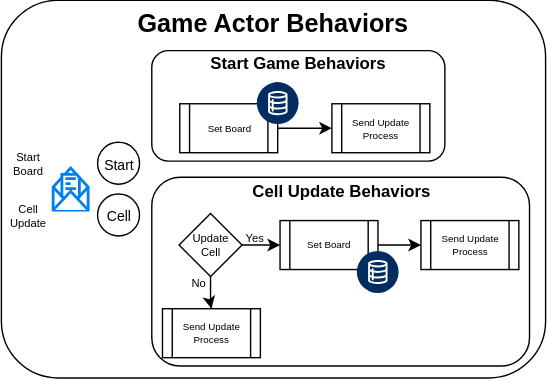
Before: docs/GameActor.svg, a diagram exported from draw.io (sunlao/py_sudoku_solver). Source tidied: cells renumbered, new cells last; positions are measured from the earlier drawing's top-left corner, leaving out a move shared by most shapes. The source it was exported from:
```xml
<mxGraphModel>
  <root>
    <mxCell id="0" />
    <mxCell id="1" parent="0" />
    <mxCell id="2" style="rounded=1;whiteSpace=wrap;html=1;" parent="1" vertex="1">
      <mxGeometry x="1" width="389" height="270" as="geometry" />
    </mxCell>
    <mxCell id="3" style="rounded=1;whiteSpace=wrap;html=1;" parent="1" vertex="1">
      <mxGeometry x="108.5" y="36" width="209.5" height="79" as="geometry" />
    </mxCell>
    <mxCell id="4" value="Cell" style="ellipse;whiteSpace=wrap;html=1;fontSize=10;" parent="1" vertex="1">
      <mxGeometry x="69.8" y="138.5" width="30" height="30" as="geometry" />
    </mxCell>
    <mxCell id="5" style="html=1;verticalLabelPosition=bottom;align=center;labelBackgroundColor=#ffffff;verticalAlign=top;strokeWidth=2;strokeColor=#0080F0;shadow=0;dashed=0;shape=mxgraph.ios7.icons.envelope_(message);" parent="1" vertex="1">
      <mxGeometry x="38" y="120" width="25" height="30" as="geometry" />
    </mxCell>
    <mxCell id="6" style="edgeStyle=orthogonalEdgeStyle;rounded=0;jettySize=auto;html=1;entryX=0;entryY=0.5;entryDx=0;entryDy=0;" parent="1" edge="1" source="7" target="20">
      <mxGeometry relative="1" as="geometry" />
    </mxCell>
    <mxCell id="7" value="Set Board" style="shape=process;whiteSpace=wrap;html=1;backgroundOutline=1;fontSize=7;" parent="1" vertex="1">
      <mxGeometry x="128.5" y="74" width="70" height="35" as="geometry" />
    </mxCell>
    <mxCell id="8" style="verticalLabelPosition=bottom;html=1;shape=mxgraph.salesforce.data2;fillColorStyles=fillColor2,fillColor3;fillColor2=#032d60;fillColor3=#ffffff;fillColor=none;strokeColor=none;" parent="1" vertex="1">
      <mxGeometry x="183.5" y="58.5" width="30" height="30" as="geometry" />
    </mxCell>
    <mxCell id="9" value="Cell Update" style="text;html=1;whiteSpace=wrap;strokeColor=none;fillColor=none;align=center;verticalAlign=middle;rounded=0;fontSize=8;" parent="1" vertex="1">
      <mxGeometry x="5.2" y="138.5" width="30" height="30" as="geometry" />
    </mxCell>
    <mxCell id="10" value="Start Game Behaviors" style="text;html=1;whiteSpace=wrap;strokeColor=none;fillColor=none;align=center;verticalAlign=middle;rounded=0;fontStyle=1;" parent="1" vertex="1">
      <mxGeometry x="108" y="36" width="210" height="18" as="geometry" />
    </mxCell>
    <mxCell id="11" value="Game Actor Behaviors" style="text;html=1;whiteSpace=wrap;strokeColor=none;fillColor=none;align=center;verticalAlign=middle;rounded=0;fontStyle=1;fontSize=18;" parent="1" vertex="1">
      <mxGeometry y="3" width="390" height="27" as="geometry" />
    </mxCell>
    <mxCell id="12" style="rounded=1;whiteSpace=wrap;html=1;" parent="1" vertex="1">
      <mxGeometry x="108.5" y="126.5" width="270" height="135" as="geometry" />
    </mxCell>
    <mxCell id="13" style="edgeStyle=orthogonalEdgeStyle;rounded=0;jettySize=auto;html=1;" parent="1" edge="1" source="15" target="16">
      <mxGeometry relative="1" as="geometry" />
    </mxCell>
    <mxCell id="14" style="edgeStyle=orthogonalEdgeStyle;rounded=0;jettySize=auto;html=1;entryX=0.5;entryY=0;entryDx=0;entryDy=0;" parent="1" edge="1" source="15" target="25">
      <mxGeometry relative="1" as="geometry" />
    </mxCell>
    <mxCell id="15" value="Update&lt;div&gt;Cell&lt;/div&gt;" style="rhombus;whiteSpace=wrap;html=1;fontSize=8;" parent="1" vertex="1">
      <mxGeometry x="128" y="152.5" width="45" height="45" as="geometry" />
    </mxCell>
    <mxCell id="16" value="Set Board" style="shape=process;whiteSpace=wrap;html=1;backgroundOutline=1;fontSize=7;" parent="1" vertex="1">
      <mxGeometry x="200.2" y="157.5" width="70" height="35" as="geometry" />
    </mxCell>
    <mxCell id="17" style="verticalLabelPosition=bottom;html=1;shape=mxgraph.salesforce.data2;fillColorStyles=fillColor2,fillColor3;fillColor2=#032d60;fillColor3=#ffffff;fillColor=none;strokeColor=none;" parent="1" vertex="1">
      <mxGeometry x="255" y="179.2" width="30" height="30" as="geometry" />
    </mxCell>
    <mxCell id="18" value="Yes" style="text;html=1;whiteSpace=wrap;strokeColor=none;fillColor=none;align=center;verticalAlign=middle;rounded=0;fontSize=8;" parent="1" vertex="1">
      <mxGeometry x="172" y="163.5" width="20" height="12.5" as="geometry" />
    </mxCell>
    <mxCell id="19" value="No" style="text;html=1;whiteSpace=wrap;strokeColor=none;fillColor=none;align=center;verticalAlign=middle;rounded=0;fontSize=8;" parent="1" vertex="1">
      <mxGeometry x="132.1" y="195.5" width="20" height="12.5" as="geometry" />
    </mxCell>
    <mxCell id="20" value="Send Update Process" style="shape=process;whiteSpace=wrap;html=1;backgroundOutline=1;fontSize=7;" parent="1" vertex="1">
      <mxGeometry x="237.2" y="74" width="70" height="35" as="geometry" />
    </mxCell>
    <mxCell id="21" value="Start Board" style="text;html=1;whiteSpace=wrap;strokeColor=none;fillColor=none;align=center;verticalAlign=middle;rounded=0;fontSize=8;" parent="1" vertex="1">
      <mxGeometry x="5.2" y="101.5" width="30" height="30" as="geometry" />
    </mxCell>
    <mxCell id="22" value="Start" style="ellipse;whiteSpace=wrap;html=1;fontSize=10;" parent="1" vertex="1">
      <mxGeometry x="69.8" y="101.5" width="30" height="30" as="geometry" />
    </mxCell>
    <mxCell id="23" value="Send Update Process" style="shape=process;whiteSpace=wrap;html=1;backgroundOutline=1;fontSize=7;" parent="1" vertex="1">
      <mxGeometry x="300.9" y="157.5" width="70" height="35" as="geometry" />
    </mxCell>
    <mxCell id="24" style="edgeStyle=orthogonalEdgeStyle;rounded=0;jettySize=auto;html=1;entryX=0;entryY=0.5;entryDx=0;entryDy=0;" parent="1" edge="1" source="16" target="23">
      <mxGeometry relative="1" as="geometry" />
    </mxCell>
    <mxCell id="25" value="Send Update Process" style="shape=process;whiteSpace=wrap;html=1;backgroundOutline=1;fontSize=7;" parent="1" vertex="1">
      <mxGeometry x="116.1" y="220.5" width="70" height="35" as="geometry" />
    </mxCell>
    <mxCell id="26" value="Cell Update Behaviors" style="text;html=1;whiteSpace=wrap;strokeColor=none;fillColor=none;align=center;verticalAlign=middle;rounded=0;fontStyle=1;" parent="1" vertex="1">
      <mxGeometry x="108.5" y="127.5" width="269.5" height="18" as="geometry" />
    </mxCell>
  </root>
</mxGraphModel>
```
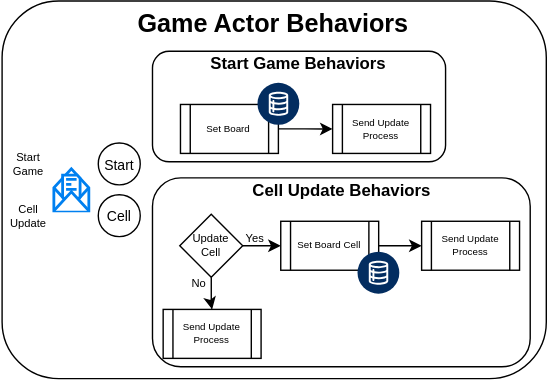
The same file after the commit.

Change to the diagram source:
```diff
@@ -44,7 +44,7 @@
     <mxCell id="15" value="Update&lt;div&gt;Cell&lt;/div&gt;" style="rhombus;whiteSpace=wrap;html=1;fontSize=8;" parent="1" vertex="1">
       <mxGeometry x="128" y="152.5" width="45" height="45" as="geometry" />
     </mxCell>
-    <mxCell id="16" value="Set Board" style="shape=process;whiteSpace=wrap;html=1;backgroundOutline=1;fontSize=7;" parent="1" vertex="1">
+    <mxCell id="16" value="Set Board Cell" style="shape=process;whiteSpace=wrap;html=1;backgroundOutline=1;fontSize=7;" parent="1" vertex="1">
       <mxGeometry x="200.2" y="157.5" width="70" height="35" as="geometry" />
     </mxCell>
     <mxCell id="17" style="verticalLabelPosition=bottom;html=1;shape=mxgraph.salesforce.data2;fillColorStyles=fillColor2,fillColor3;fillColor2=#032d60;fillColor3=#ffffff;fillColor=none;strokeColor=none;" parent="1" vertex="1">
@@ -59,7 +59,7 @@
     <mxCell id="20" value="Send Update Process" style="shape=process;whiteSpace=wrap;html=1;backgroundOutline=1;fontSize=7;" parent="1" vertex="1">
       <mxGeometry x="237.2" y="74" width="70" height="35" as="geometry" />
     </mxCell>
-    <mxCell id="21" value="Start Board" style="text;html=1;whiteSpace=wrap;strokeColor=none;fillColor=none;align=center;verticalAlign=middle;rounded=0;fontSize=8;" parent="1" vertex="1">
+    <mxCell id="21" value="Start Game" style="text;html=1;whiteSpace=wrap;strokeColor=none;fillColor=none;align=center;verticalAlign=middle;rounded=0;fontSize=8;" parent="1" vertex="1">
       <mxGeometry x="5.2" y="101.5" width="30" height="30" as="geometry" />
     </mxCell>
     <mxCell id="22" value="Start" style="ellipse;whiteSpace=wrap;html=1;fontSize=10;" parent="1" vertex="1">
```
